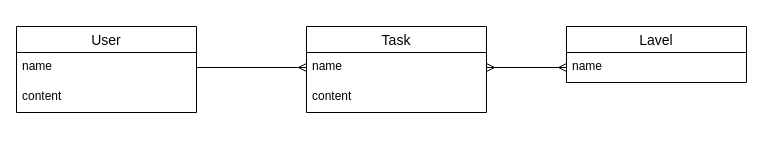
The draw.io diagram docs/ER .dio in nomurakouji/everyleaf_exam, before the edit. Source tidied: cells renumbered, new cells numbered last; positions are measured from the earlier drawing's top-left corner, leaving out a move shared by most shapes. Both pictures are drawn from the tidied source at 100%, with x=0, y=0 at pixel (16, 26).
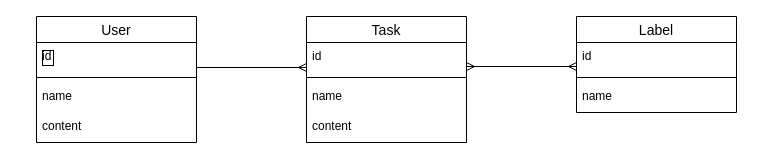
Above is the later version.

Commit message (it also covers changes not shown here):
ER図、テーブルスキーマ修正

Diff of the diagram source:
```diff
@@
-    <mxCell id="2" value="Task" style="swimlane;fontStyle=0;horizontal=1;startSize=26;align=center;fontSize=14;" parent="1" vertex="1">
-      <mxGeometry x="290" width="180" height="86" as="geometry" />
-    </mxCell>
-    <mxCell id="3" value="name" style="text;strokeColor=none;fillColor=none;spacingLeft=4;spacingRight=4;overflow=hidden;points=[[0,0.5],[1,0.5]];portConstraint=eastwest;fontSize=12;" parent="2" vertex="1">
-      <mxGeometry y="26" width="180" height="30" as="geometry" />
-    </mxCell>
-    <mxCell id="4" value="content" style="text;strokeColor=none;fillColor=none;spacingLeft=4;spacingRight=4;overflow=hidden;fontSize=12;" parent="2" vertex="1">
-      <mxGeometry y="56" width="180" height="30" as="geometry" />
-    </mxCell>
-    <mxCell id="5" value="User" style="swimlane;fontStyle=0;horizontal=1;startSize=26;align=center;fontSize=14;" parent="1" vertex="1">
-      <mxGeometry width="180" height="86" as="geometry" />
-    </mxCell>
-    <mxCell id="6" value="name" style="text;strokeColor=none;fillColor=none;spacingLeft=4;spacingRight=4;overflow=hidden;points=[[0,0.5],[1,0.5]];portConstraint=eastwest;fontSize=12;" parent="5" vertex="1">
-      <mxGeometry y="26" width="180" height="30" as="geometry" />
-    </mxCell>
-    <mxCell id="7" value="content" style="text;strokeColor=none;fillColor=none;spacingLeft=4;spacingRight=4;overflow=hidden;fontSize=12;" parent="5" vertex="1">
-      <mxGeometry y="56" width="180" height="30" as="geometry" />
-    </mxCell>
-    <mxCell id="8" value="Lavel" style="swimlane;fontStyle=0;horizontal=1;startSize=26;align=center;fontSize=14;" parent="1" vertex="1">
-      <mxGeometry x="550" width="180" height="56" as="geometry" />
-    </mxCell>
-    <mxCell id="9" value="name" style="text;strokeColor=none;fillColor=none;spacingLeft=4;spacingRight=4;overflow=hidden;points=[[0,0.5],[1,0.5]];portConstraint=eastwest;fontSize=12;" parent="8" vertex="1">
-      <mxGeometry y="26" width="180" height="30" as="geometry" />
-    </mxCell>
+    <mxCell id="12" style="edgeStyle=none;html=1;exitX=1;exitY=0;exitDx=0;exitDy=0;entryX=1;entryY=0;entryDx=0;entryDy=0;entryPerimeter=0;" parent="1" edge="1">
+      <mxGeometry relative="1" as="geometry">
+        <mxPoint x="180" as="sourcePoint" />
+        <mxPoint x="180" as="targetPoint" />
+      </mxGeometry>
+    </mxCell>
-    <mxCell id="10" style="edgeStyle=none;html=1;exitX=1;exitY=0.5;exitDx=0;exitDy=0;entryX=0;entryY=0.5;entryDx=0;entryDy=0;endArrow=ERmany;endFill=0;" parent="1" edge="1" source="6" target="3">
-      <mxGeometry relative="1" as="geometry" />
+    <mxCell id="10" style="edgeStyle=none;html=1;exitX=1;exitY=0.5;exitDx=0;exitDy=0;entryX=0;entryY=0.5;entryDx=0;entryDy=0;endArrow=ERmany;endFill=0;" parent="1" edge="1">
+      <mxGeometry relative="1" as="geometry">
+        <mxPoint x="180" y="41" as="sourcePoint" />
+        <mxPoint x="290" y="41" as="targetPoint" />
+      </mxGeometry>
     </mxCell>
-    <mxCell id="11" style="edgeStyle=none;html=1;exitX=1;exitY=0.5;exitDx=0;exitDy=0;entryX=0;entryY=0.5;entryDx=0;entryDy=0;endArrow=ERmany;endFill=0;startArrow=ERmany;startFill=0;" parent="1" edge="1" source="3" target="9">
-      <mxGeometry relative="1" as="geometry" />
+    <mxCell id="11" style="edgeStyle=none;html=1;exitX=1;exitY=0.5;exitDx=0;exitDy=0;endArrow=ERmany;endFill=0;startArrow=ERmany;startFill=0;" parent="1" edge="1">
+      <mxGeometry relative="1" as="geometry">
+        <mxPoint x="450" y="40" as="sourcePoint" />
+        <mxPoint x="560" y="40" as="targetPoint" />
+      </mxGeometry>
     </mxCell>
+    <mxCell id="5" value="User" style="swimlane;fontStyle=0;horizontal=1;startSize=26;align=center;fontSize=14;" parent="1" vertex="1">
+      <mxGeometry x="20" y="-10" width="160" height="126" as="geometry" />
+    </mxCell>
+    <mxCell id="13" value="id" style="text;strokeColor=none;fillColor=none;spacingLeft=4;spacingRight=4;overflow=hidden;fontSize=12;labelBorderColor=#000000;" parent="5" vertex="1">
+      <mxGeometry y="26" width="160" height="30" as="geometry" />
+    </mxCell>
+    <mxCell id="14" style="line;strokeWidth=1;dashed=0;labelPosition=right;align=left;verticalAlign=middle;spacingTop=0;spacingLeft=6;" parent="5" vertex="1">
+      <mxGeometry y="56" width="160" height="10" as="geometry" />
+    </mxCell>
+    <mxCell id="15" value="name" style="text;strokeColor=none;fillColor=none;spacingLeft=4;spacingRight=4;overflow=hidden;fontSize=12;" parent="5" vertex="1">
+      <mxGeometry y="66" width="160" height="30" as="geometry" />
+    </mxCell>
+    <mxCell id="16" value="content" style="text;strokeColor=none;fillColor=none;spacingLeft=4;spacingRight=4;overflow=hidden;fontSize=12;" parent="5" vertex="1">
+      <mxGeometry y="96" width="160" height="30" as="geometry" />
+    </mxCell>
+    <mxCell id="2" value="Task" style="swimlane;fontStyle=0;horizontal=1;startSize=26;align=center;fontSize=14;" parent="1" vertex="1">
+      <mxGeometry x="290" y="-10" width="160" height="126" as="geometry" />
+    </mxCell>
+    <mxCell id="17" value="id" style="text;strokeColor=none;fillColor=none;spacingLeft=4;spacingRight=4;overflow=hidden;fontSize=12;" parent="2" vertex="1">
+      <mxGeometry y="26" width="160" height="30" as="geometry" />
+    </mxCell>
+    <mxCell id="18" style="line;strokeWidth=1;dashed=0;labelPosition=right;align=left;verticalAlign=middle;spacingTop=0;spacingLeft=6;" parent="2" vertex="1">
+      <mxGeometry y="56" width="160" height="10" as="geometry" />
+    </mxCell>
+    <mxCell id="19" value="name" style="text;strokeColor=none;fillColor=none;spacingLeft=4;spacingRight=4;overflow=hidden;fontSize=12;" parent="2" vertex="1">
+      <mxGeometry y="66" width="160" height="30" as="geometry" />
+    </mxCell>
+    <mxCell id="20" value="content" style="text;strokeColor=none;fillColor=none;spacingLeft=4;spacingRight=4;overflow=hidden;fontSize=12;" parent="2" vertex="1">
+      <mxGeometry y="96" width="160" height="30" as="geometry" />
+    </mxCell>
+    <mxCell id="21" value="Label" style="swimlane;fontStyle=0;horizontal=1;startSize=26;align=center;fontSize=14;" parent="1" vertex="1">
+      <mxGeometry x="560" y="-10" width="160" height="96" as="geometry" />
+    </mxCell>
+    <mxCell id="22" value="id" style="text;strokeColor=none;fillColor=none;spacingLeft=4;spacingRight=4;overflow=hidden;fontSize=12;" parent="21" vertex="1">
+      <mxGeometry y="26" width="160" height="30" as="geometry" />
+    </mxCell>
+    <mxCell id="23" style="line;strokeWidth=1;dashed=0;labelPosition=right;align=left;verticalAlign=middle;spacingTop=0;spacingLeft=6;" parent="21" vertex="1">
+      <mxGeometry y="56" width="160" height="10" as="geometry" />
+    </mxCell>
+    <mxCell id="24" value="name" style="text;strokeColor=none;fillColor=none;spacingLeft=4;spacingRight=4;overflow=hidden;fontSize=12;" parent="21" vertex="1">
+      <mxGeometry y="66" width="160" height="30" as="geometry" />
+    </mxCell>
```
